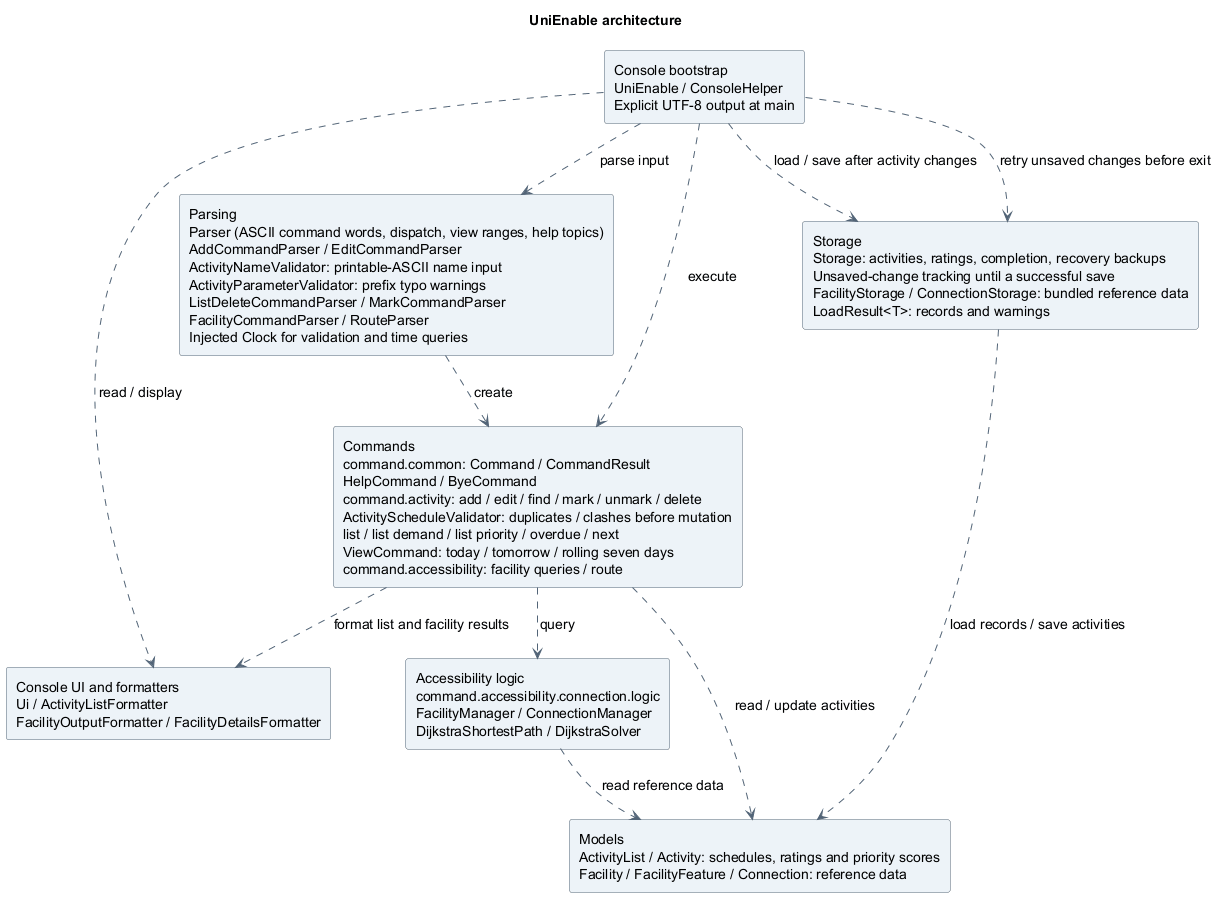
The PlantUML diagram docs/images/luke/architecture/ArchitectureDiagram.png in AY2627S1-CS2113-T10-4/tp, before a commit.
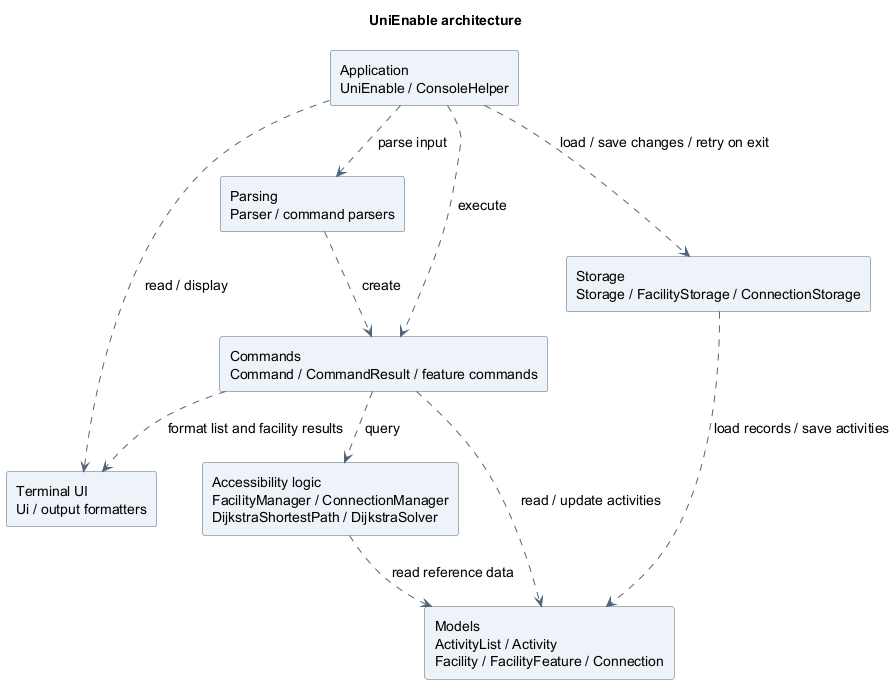
After the change.

The edit, as a diff of the source:
```diff
@@ -14,21 +14,20 @@
 skinparam nodesep 45
 skinparam ranksep 50
 
-component "Console bootstrap\nUniEnable / ConsoleHelper\nExplicit UTF-8 output at main" as Console
-component "Console UI and formatters\nUi / ActivityListFormatter\nFacilityOutputFormatter / FacilityDetailsFormatter" as UI
-component "Parsing\nParser (ASCII command words, dispatch, view ranges, help topics)\nAddCommandParser / EditCommandParser\nActivityNameValidator: printable-ASCII name input\nActivityParameterValidator: prefix typo warnings\nListDeleteCommandParser / MarkCommandParser\nFacilityCommandParser / RouteParser\nInjected Clock for validation and time queries" as Parsing
-component "Commands\ncommand.common: Command / CommandResult\nHelpCommand / ByeCommand\ncommand.activity: add / edit / find / mark / unmark / delete\nActivityScheduleValidator: duplicates / clashes before mutation\nlist / list demand / list priority / overdue / next\nViewCommand: today / tomorrow / rolling seven days\ncommand.accessibility: facility queries / route" as Commands
-component "Storage\nStorage: activities, ratings, completion, recovery backups\nUnsaved-change tracking until a successful save\nFacilityStorage / ConnectionStorage: bundled reference data\nLoadResult<T>: records and warnings" as Storage
-component "Accessibility logic\ncommand.accessibility.connection.logic\nFacilityManager / ConnectionManager\nDijkstraShortestPath / DijkstraSolver" as Accessibility
-component "Models\nActivityList / Activity: schedules, ratings and priority scores\nFacility / FacilityFeature / Connection: reference data" as Models
+component "Application\nUniEnable / ConsoleHelper" as Console
+component "Terminal UI\nUi / output formatters" as UI
+component "Parsing\nParser / command parsers" as Parsing
+component "Commands\nCommand / CommandResult / feature commands" as Commands
+component "Storage\nStorage / FacilityStorage / ConnectionStorage" as Storage
+component "Accessibility logic\nFacilityManager / ConnectionManager\nDijkstraShortestPath / DijkstraSolver" as Accessibility
+component "Models\nActivityList / Activity\nFacility / FacilityFeature / Connection" as Models
 
 Console ..> UI : read / display
 Console ..> Parsing : parse input
 Console ..> Commands : execute
-Console ..> Storage : load / save after activity changes
+Console ..> Storage : load / save changes / retry on exit
 Parsing ..> Commands : create
 Commands ..> Models : read / update activities
-Console ..> Storage : retry unsaved changes before exit
 Commands ..> Accessibility : query
 Commands ..> UI : format list and facility results
 Accessibility ..> Models : read reference data
```
